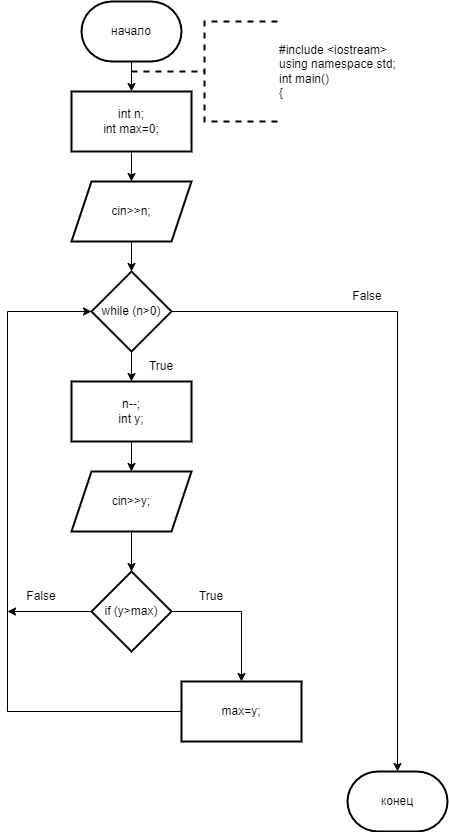
Earlier version of the draw.io export 2_10.drawio.png (ksinph/PSTU_LABS_2023). Source tidied: cells renumbered, new cells last; positions are measured from the earlier drawing's top-left corner, leaving out a move shared by most shapes.
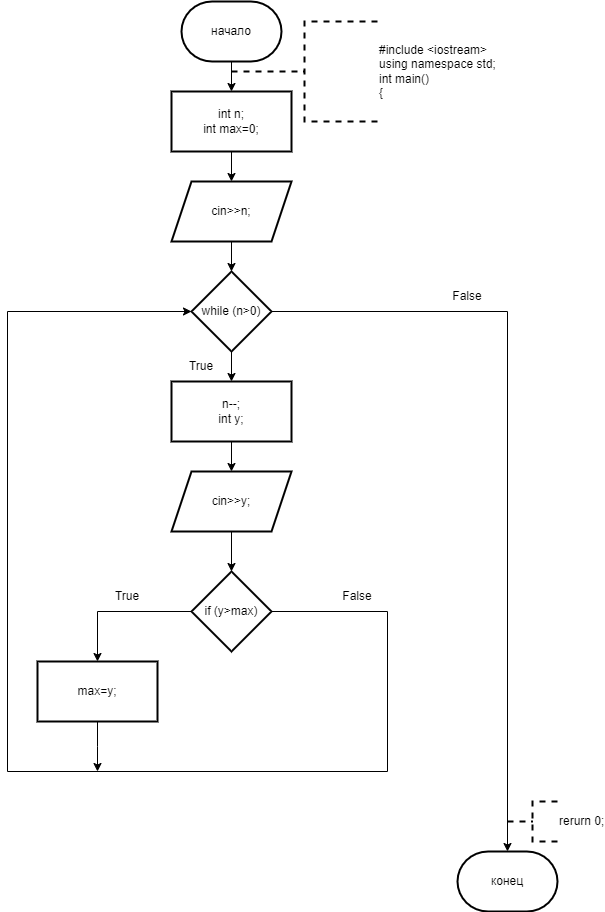
Above is the later version.

Change to the diagram source:
```diff
@@ -41,36 +41,38 @@
     <mxCell id="14" style="edgeStyle=orthogonalEdgeStyle;rounded=0;jettySize=auto;html=1;" parent="1" edge="1" source="16" target="18">
       <mxGeometry relative="1" as="geometry" />
     </mxCell>
-    <mxCell id="15" style="edgeStyle=orthogonalEdgeStyle;rounded=0;jettySize=auto;html=1;exitX=0;exitY=0.5;exitDx=0;exitDy=0;" parent="1" edge="1" source="16">
-      <mxGeometry relative="1" as="geometry">
-        <mxPoint y="610" as="targetPoint" />
-      </mxGeometry>
-    </mxCell>
+    <mxCell id="26" style="edgeStyle=orthogonalEdgeStyle;rounded=0;jettySize=auto;html=1;exitX=1;exitY=0.5;exitDx=0;exitDy=0;entryX=0;entryY=0.5;entryDx=0;entryDy=0;" parent="1" edge="1" source="16" target="9">
+      <mxGeometry relative="1" as="geometry">
+        <Array as="points">
+          <mxPoint x="280" y="610" />
+          <mxPoint x="280" y="770" />
+          <mxPoint x="-100" y="770" />
+          <mxPoint x="-100" y="310" />
+        </Array>
+      </mxGeometry>
+    </mxCell>
     <mxCell id="16" value="if (y&amp;gt;max)" style="rhombus;whiteSpace=wrap;html=1;strokeWidth=2;" parent="1" vertex="1">
       <mxGeometry x="84" y="570" width="80" height="80" as="geometry" />
     </mxCell>
-    <mxCell id="17" style="edgeStyle=orthogonalEdgeStyle;rounded=0;jettySize=auto;html=1;exitX=0;exitY=0.5;exitDx=0;exitDy=0;entryX=0;entryY=0.5;entryDx=0;entryDy=0;" parent="1" edge="1" source="18" target="9">
-      <mxGeometry relative="1" as="geometry">
-        <Array as="points">
-          <mxPoint y="710" />
-          <mxPoint y="310" />
-        </Array>
-      </mxGeometry>
-    </mxCell>
+    <mxCell id="27" style="edgeStyle=orthogonalEdgeStyle;rounded=0;jettySize=auto;html=1;exitX=0.5;exitY=1;exitDx=0;exitDy=0;" parent="1" edge="1" source="18">
+      <mxGeometry relative="1" as="geometry">
+        <mxPoint x="-10" y="770" as="targetPoint" />
+      </mxGeometry>
+    </mxCell>
     <mxCell id="18" value="max=y;" style="whiteSpace=wrap;html=1;strokeWidth=2;" parent="1" vertex="1">
-      <mxGeometry x="174" y="680" width="120" height="60" as="geometry" />
+      <mxGeometry x="-70" y="660" width="120" height="60" as="geometry" />
     </mxCell>
     <mxCell id="19" value="True" style="text;html=1;strokeColor=none;fillColor=none;align=center;verticalAlign=middle;whiteSpace=wrap;rounded=0;" parent="1" vertex="1">
-      <mxGeometry x="174" y="580" width="60" height="30" as="geometry" />
+      <mxGeometry x="-10" y="580" width="60" height="30" as="geometry" />
     </mxCell>
     <mxCell id="20" value="False" style="text;html=1;strokeColor=none;fillColor=none;align=center;verticalAlign=middle;whiteSpace=wrap;rounded=0;" parent="1" vertex="1">
-      <mxGeometry x="4" y="580" width="60" height="30" as="geometry" />
+      <mxGeometry x="220" y="580" width="60" height="30" as="geometry" />
     </mxCell>
     <mxCell id="21" value="True" style="text;html=1;strokeColor=none;fillColor=none;align=center;verticalAlign=middle;whiteSpace=wrap;rounded=0;" parent="1" vertex="1">
-      <mxGeometry x="124" y="350" width="60" height="30" as="geometry" />
+      <mxGeometry x="64" y="350" width="60" height="30" as="geometry" />
     </mxCell>
     <mxCell id="22" value="конец" style="strokeWidth=2;html=1;shape=mxgraph.flowchart.terminator;whiteSpace=wrap;" parent="1" vertex="1">
-      <mxGeometry x="340" y="770" width="100" height="60" as="geometry" />
+      <mxGeometry x="350" y="850" width="100" height="60" as="geometry" />
     </mxCell>
     <mxCell id="23" style="edgeStyle=orthogonalEdgeStyle;rounded=0;jettySize=auto;html=1;exitX=1;exitY=0.5;exitDx=0;exitDy=0;entryX=0.5;entryY=0;entryDx=0;entryDy=0;entryPerimeter=0;" parent="1" edge="1" source="9" target="22">
       <mxGeometry relative="1" as="geometry" />
@@ -81,5 +83,8 @@
     <mxCell id="25" value="&lt;div&gt;#include &amp;lt;iostream&amp;gt;&lt;/div&gt;&lt;div&gt;using namespace std;&lt;/div&gt;&lt;div&gt;int main()&lt;/div&gt;&lt;div&gt;{&lt;/div&gt;" style="strokeWidth=2;html=1;shape=mxgraph.flowchart.annotation_2;align=left;labelPosition=right;dashed=1;" parent="1" vertex="1">
       <mxGeometry x="124" y="20" width="146" height="100" as="geometry" />
     </mxCell>
+    <mxCell id="28" value="rerurn 0;" style="strokeWidth=2;html=1;shape=mxgraph.flowchart.annotation_2;align=left;labelPosition=right;dashed=1;" parent="1" vertex="1">
+      <mxGeometry x="400" y="800" width="50" height="40" as="geometry" />
+    </mxCell>
   </root>
 </mxGraphModel>
```
